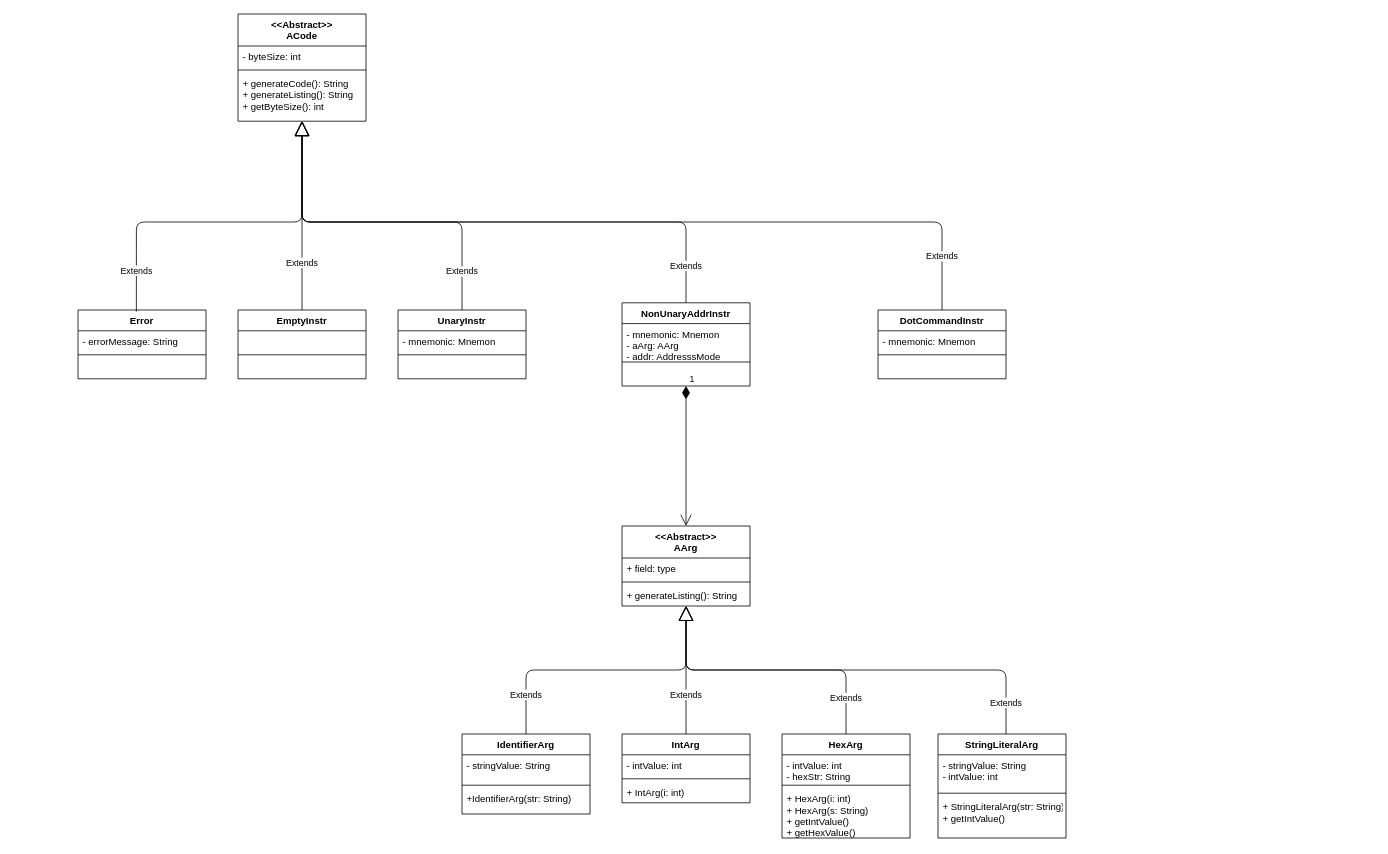
The draw.io diagram page "Instructions UML" (3 of 4) of docs/diagrams/Pep9Assembler.drawio in zackthomas1/Pep9Assembler, before the edit. Source tidied: cells renumbered, new cells numbered last; positions are measured from the earlier drawing's top-left corner, leaving out a move shared by most shapes. Both pictures are drawn from the tidied source at 80%, with x=0, y=0 at pixel (78, 14).
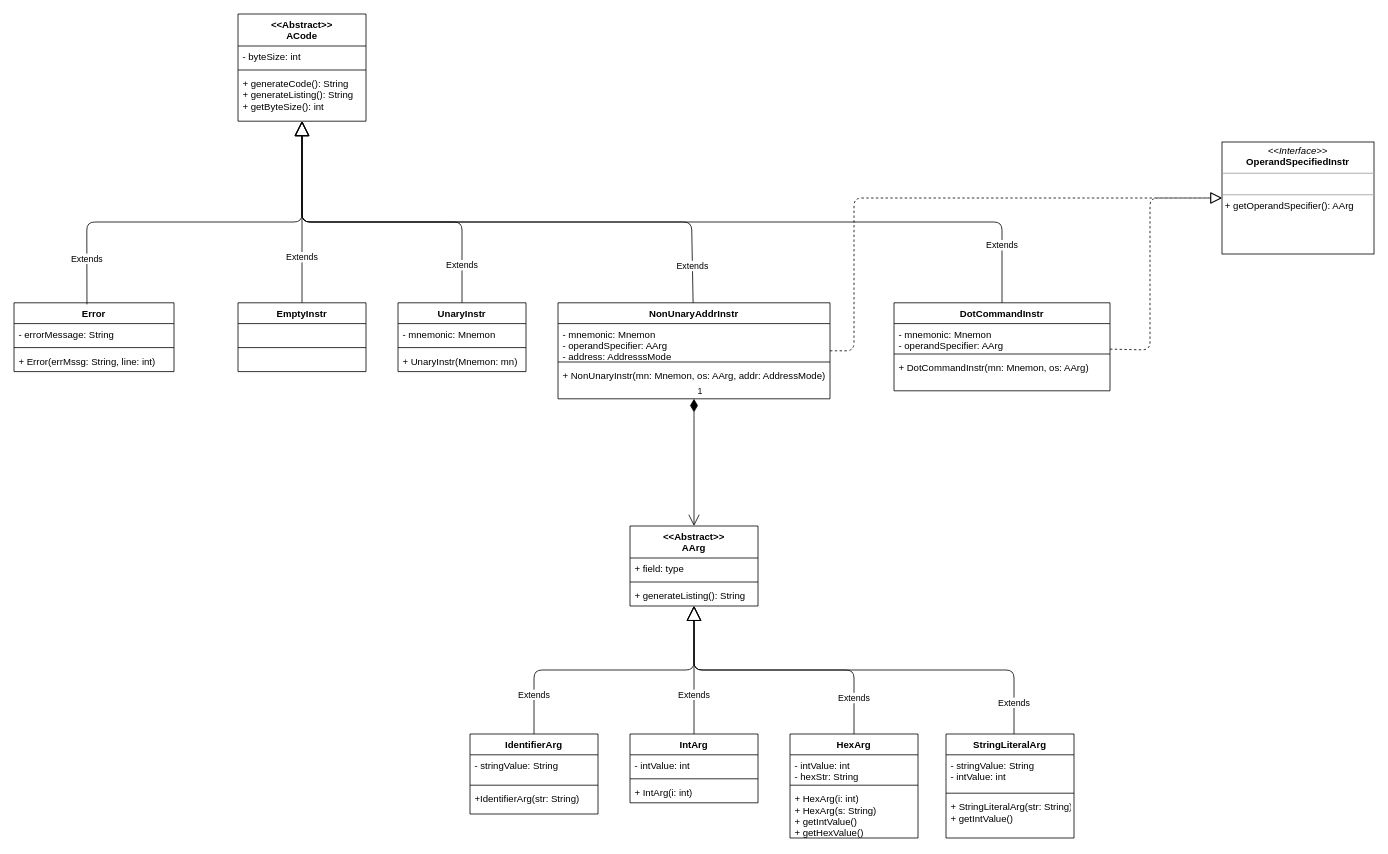
The same page after the edit.

Unchanged cells that the change refers to:
```xml
<mxCell id="5" value="+ generateCode(): String&#10;+ generateListing(): String&#10;+ getByteSize(): int" style="text;strokeColor=none;fillColor=none;align=left;verticalAlign=top;spacingLeft=4;spacingRight=4;overflow=hidden;points=[[0,0.5],[1,0.5]];portConstraint=eastwest;" parent="2" vertex="1">
  <mxGeometry y="74" width="160" height="60" as="geometry" />
</mxCell>
<mxCell id="34" value="+ generateListing(): String" style="text;strokeColor=none;fillColor=none;align=left;verticalAlign=top;spacingLeft=4;spacingRight=4;overflow=hidden;points=[[0,0.5],[1,0.5]];portConstraint=eastwest;" parent="31" vertex="1">
  <mxGeometry y="74" width="160" height="26" as="geometry" />
</mxCell>
```

Change to the diagram source:
```diff
@@
     <mxCell id="6" value="Error" style="swimlane;fontStyle=1;align=center;verticalAlign=top;horizontal=1;startSize=26;" parent="1" vertex="1">
-      <mxGeometry y="370" width="160" height="86" as="geometry" />
+      <mxGeometry x="-80" y="361" width="200" height="86" as="geometry" />
     </mxCell>
     <mxCell id="7" value="- errorMessage: String" style="text;strokeColor=none;fillColor=none;align=left;verticalAlign=top;spacingLeft=4;spacingRight=4;overflow=hidden;" parent="6" vertex="1">
-      <mxGeometry y="26" width="160" height="26" as="geometry" />
+      <mxGeometry y="26" width="200" height="26" as="geometry" />
     </mxCell>
     <mxCell id="8" style="line;strokeWidth=1;fillColor=none;align=left;verticalAlign=middle;spacingTop=-1;spacingLeft=3;spacingRight=3;labelPosition=right;" parent="6" vertex="1">
-      <mxGeometry y="52" width="160" height="8" as="geometry" />
+      <mxGeometry y="52" width="200" height="8" as="geometry" />
     </mxCell>
-    <mxCell id="9" value="  " style="text;strokeColor=none;fillColor=none;align=left;verticalAlign=top;spacingLeft=4;spacingRight=4;overflow=hidden;" parent="6" vertex="1">
-      <mxGeometry y="60" width="160" height="26" as="geometry" />
+    <mxCell id="9" value="+ Error(errMssg: String, line: int)  " style="text;strokeColor=none;fillColor=none;align=left;verticalAlign=top;spacingLeft=4;spacingRight=4;overflow=hidden;" parent="6" vertex="1">
+      <mxGeometry y="60" width="200" height="26" as="geometry" />
     </mxCell>
     <mxCell id="10" value="Extends" style="endArrow=block;endSize=16;endFill=0;html=1;exitX=0.456;exitY=0.023;exitDx=0;exitDy=0;exitPerimeter=0;" parent="1" edge="1" source="6" target="5">
       <mxGeometry x="-0.77" relative="1" as="geometry">
         <Array as="points">
-          <mxPoint x="73" y="260" />
+          <mxPoint x="11" y="260" />
           <mxPoint x="280" y="260" />
         </Array>
       </mxGeometry>
     </mxCell>
@@
     <mxCell id="12" value="EmptyInstr" style="swimlane;fontStyle=1;align=center;verticalAlign=top;horizontal=1;startSize=26;" parent="1" vertex="1">
-      <mxGeometry x="200" y="370" width="160" height="86" as="geometry" />
+      <mxGeometry x="200" y="361" width="160" height="86" as="geometry" />
     </mxCell>
@@
     <mxCell id="17" value="UnaryInstr" style="swimlane;fontStyle=1;align=center;verticalAlign=top;horizontal=1;startSize=26;" parent="1" vertex="1">
-      <mxGeometry x="400" y="370" width="160" height="86" as="geometry" />
+      <mxGeometry x="400" y="361" width="160" height="86" as="geometry" />
     </mxCell>
@@
-    <mxCell id="20" value="  " style="text;strokeColor=none;fillColor=none;align=left;verticalAlign=top;spacingLeft=4;spacingRight=4;overflow=hidden;" parent="17" vertex="1">
+    <mxCell id="20" value="+ UnaryInstr(Mnemon: mn)  " style="text;strokeColor=none;fillColor=none;align=left;verticalAlign=top;spacingLeft=4;spacingRight=4;overflow=hidden;" parent="17" vertex="1">
       <mxGeometry y="60" width="160" height="26" as="geometry" />
     </mxCell>
     <mxCell id="21" value="NonUnaryAddrInstr" style="swimlane;fontStyle=1;align=center;verticalAlign=top;horizontal=1;startSize=26;" parent="1" vertex="1">
-      <mxGeometry x="680" y="361" width="160" height="104" as="geometry" />
+      <mxGeometry x="600" y="361" width="340" height="120" as="geometry" />
     </mxCell>
-    <mxCell id="22" value="- mnemonic: Mnemon&#10;- aArg: AArg&#10;- addr: AddresssMode" style="text;strokeColor=none;fillColor=none;align=left;verticalAlign=top;spacingLeft=4;spacingRight=4;overflow=hidden;" parent="21" vertex="1">
-      <mxGeometry y="26" width="160" height="44" as="geometry" />
+    <mxCell id="22" value="- mnemonic: Mnemon&#10;- operandSpecifier: AArg&#10;- address: AddresssMode" style="text;strokeColor=none;fillColor=none;align=left;verticalAlign=top;spacingLeft=4;spacingRight=4;overflow=hidden;" parent="21" vertex="1">
+      <mxGeometry y="26" width="340" height="44" as="geometry" />
     </mxCell>
     <mxCell id="23" style="line;strokeWidth=1;fillColor=none;align=left;verticalAlign=middle;spacingTop=-1;spacingLeft=3;spacingRight=3;labelPosition=right;" parent="21" vertex="1">
-      <mxGeometry y="70" width="160" height="8" as="geometry" />
+      <mxGeometry y="70" width="340" height="8" as="geometry" />
     </mxCell>
-    <mxCell id="24" value="  " style="text;strokeColor=none;fillColor=none;align=left;verticalAlign=top;spacingLeft=4;spacingRight=4;overflow=hidden;" parent="21" vertex="1">
-      <mxGeometry y="78" width="160" height="26" as="geometry" />
+    <mxCell id="24" value="+ NonUnaryInstr(mn: Mnemon, os: AArg, addr: AddressMode)" style="text;strokeColor=none;fillColor=none;align=left;verticalAlign=top;spacingLeft=4;spacingRight=4;overflow=hidden;" parent="21" vertex="1">
+      <mxGeometry y="78" width="340" height="42" as="geometry" />
     </mxCell>
     <mxCell id="25" value="Extends" style="endArrow=block;endSize=16;endFill=0;html=1;" parent="1" edge="1" source="21" target="5">
       <mxGeometry x="-0.87" relative="1" as="geometry">
         <Array as="points">
-          <mxPoint x="760" y="260" />
+          <mxPoint x="767" y="260" />
           <mxPoint x="280" y="260" />
         </Array>
       </mxGeometry>
     </mxCell>
     <mxCell id="26" value="DotCommandInstr" style="swimlane;fontStyle=1;align=center;verticalAlign=top;horizontal=1;startSize=26;" parent="1" vertex="1">
-      <mxGeometry x="1000" y="370" width="160" height="86" as="geometry" />
+      <mxGeometry x="1020" y="361" width="270" height="110" as="geometry" />
     </mxCell>
-    <mxCell id="27" value="- mnemonic: Mnemon" style="text;strokeColor=none;fillColor=none;align=left;verticalAlign=top;spacingLeft=4;spacingRight=4;overflow=hidden;" parent="26" vertex="1">
-      <mxGeometry y="26" width="160" height="26" as="geometry" />
+    <mxCell id="27" value="- mnemonic: Mnemon&#10;- operandSpecifier: AArg" style="text;strokeColor=none;fillColor=none;align=left;verticalAlign=top;spacingLeft=4;spacingRight=4;overflow=hidden;" parent="26" vertex="1">
+      <mxGeometry y="26" width="270" height="34" as="geometry" />
     </mxCell>
     <mxCell id="28" style="line;strokeWidth=1;fillColor=none;align=left;verticalAlign=middle;spacingTop=-1;spacingLeft=3;spacingRight=3;labelPosition=right;" parent="26" vertex="1">
-      <mxGeometry y="52" width="160" height="8" as="geometry" />
+      <mxGeometry y="60" width="270" height="8" as="geometry" />
     </mxCell>
-    <mxCell id="29" value="  " style="text;strokeColor=none;fillColor=none;align=left;verticalAlign=top;spacingLeft=4;spacingRight=4;overflow=hidden;" parent="26" vertex="1">
-      <mxGeometry y="60" width="160" height="26" as="geometry" />
+    <mxCell id="29" value="+ DotCommandInstr(mn: Mnemon, os: AArg)  " style="text;strokeColor=none;fillColor=none;align=left;verticalAlign=top;spacingLeft=4;spacingRight=4;overflow=hidden;" parent="26" vertex="1">
+      <mxGeometry y="68" width="270" height="42" as="geometry" />
     </mxCell>
     <mxCell id="30" value="Extends" style="endArrow=block;endSize=16;endFill=0;html=1;" parent="1" edge="1" source="26" target="5">
       <mxGeometry x="-0.87" relative="1" as="geometry">
         <Array as="points">
-          <mxPoint x="1080" y="260" />
+          <mxPoint x="1155" y="260" />
           <mxPoint x="280" y="260" />
         </Array>
       </mxGeometry>
     </mxCell>
     <mxCell id="31" value="&lt;&lt;Abstract&gt;&gt;&#10;AArg" style="swimlane;fontStyle=1;align=center;verticalAlign=top;horizontal=1;startSize=40;" parent="1" vertex="1">
-      <mxGeometry x="680" y="640" width="160" height="100" as="geometry" />
+      <mxGeometry x="690" y="640" width="160" height="100" as="geometry" />
     </mxCell>
@@
     <mxCell id="35" value="IdentifierArg" style="swimlane;fontStyle=1;align=center;verticalAlign=top;horizontal=1;startSize=26;" parent="1" vertex="1">
-      <mxGeometry x="480" y="900" width="160" height="100" as="geometry" />
+      <mxGeometry x="490" y="900" width="160" height="100" as="geometry" />
     </mxCell>
@@
     <mxCell id="39" value="Extends" style="endArrow=block;endSize=16;endFill=0;html=1;" parent="1" edge="1" source="35" target="34">
       <mxGeometry x="-0.73" relative="1" as="geometry">
         <Array as="points">
-          <mxPoint x="560" y="820" />
-          <mxPoint x="760" y="820" />
+          <mxPoint x="570" y="820" />
+          <mxPoint x="770" y="820" />
         </Array>
       </mxGeometry>
     </mxCell>
     <mxCell id="40" value="IntArg" style="swimlane;fontStyle=1;align=center;verticalAlign=top;horizontal=1;startSize=26;" parent="1" vertex="1">
-      <mxGeometry x="680" y="900" width="160" height="86" as="geometry" />
+      <mxGeometry x="690" y="900" width="160" height="86" as="geometry" />
     </mxCell>
@@
     <mxCell id="44" value="Extends" style="endArrow=block;endSize=16;endFill=0;html=1;" parent="1" edge="1" source="40" target="34">
       <mxGeometry x="-0.39" relative="1" as="geometry">
         <Array as="points">
-          <mxPoint x="760" y="820" />
+          <mxPoint x="770" y="820" />
         </Array>
       </mxGeometry>
     </mxCell>
     <mxCell id="45" value="HexArg" style="swimlane;fontStyle=1;align=center;verticalAlign=top;horizontal=1;startSize=26;" parent="1" vertex="1">
-      <mxGeometry x="880" y="900" width="160" height="130" as="geometry" />
+      <mxGeometry x="890" y="900" width="160" height="130" as="geometry" />
     </mxCell>
@@
     <mxCell id="49" value="Extends" style="endArrow=block;endSize=16;endFill=0;html=1;" parent="1" edge="1" source="45" target="34">
       <mxGeometry x="-0.75" relative="1" as="geometry">
         <Array as="points">
-          <mxPoint x="960" y="820" />
-          <mxPoint x="760" y="820" />
+          <mxPoint x="970" y="820" />
+          <mxPoint x="770" y="820" />
         </Array>
       </mxGeometry>
     </mxCell>
     <mxCell id="50" value="1" style="endArrow=open;html=1;endSize=12;startArrow=diamondThin;startSize=14;startFill=1;edgeStyle=orthogonalEdgeStyle;align=left;verticalAlign=bottom;entryX=0.5;entryY=0;entryDx=0;entryDy=0;" parent="1" edge="1" source="21" target="31">
-      <mxGeometry x="-1" y="3" relative="1" as="geometry" />
+      <mxGeometry x="-1" y="3" relative="1" as="geometry">
+        <Array as="points">
+          <mxPoint x="770" y="500" />
+          <mxPoint x="770" y="500" />
+        </Array>
+      </mxGeometry>
     </mxCell>
     <mxCell id="51" value="StringLiteralArg" style="swimlane;fontStyle=1;align=center;verticalAlign=top;horizontal=1;startSize=26;" parent="1" vertex="1">
-      <mxGeometry x="1075" y="900" width="160" height="130" as="geometry" />
+      <mxGeometry x="1085" y="900" width="160" height="130" as="geometry" />
     </mxCell>
@@
     <mxCell id="55" value="Extends" style="endArrow=block;endSize=16;endFill=0;html=1;" parent="1" edge="1" target="34">
       <mxGeometry x="-0.86" relative="1" as="geometry">
-        <mxPoint x="1160" y="900" as="sourcePoint" />
+        <mxPoint x="1170" y="900" as="sourcePoint" />
         <Array as="points">
-          <mxPoint x="1160" y="820" />
-          <mxPoint x="760" y="820" />
+          <mxPoint x="1170" y="820" />
+          <mxPoint x="770" y="820" />
         </Array>
       </mxGeometry>
     </mxCell>
+    <mxCell id="56" value="&lt;p style=&quot;margin: 0px ; margin-top: 4px ; text-align: center&quot;&gt;&lt;i&gt;&amp;lt;&amp;lt;Interface&amp;gt;&amp;gt;&lt;/i&gt;&lt;br&gt;&lt;b&gt;OperandSpecifiedInstr&lt;/b&gt;&lt;/p&gt;&lt;hr size=&quot;1&quot;&gt;&lt;p style=&quot;margin: 0px ; margin-left: 4px&quot;&gt;&amp;nbsp;&lt;/p&gt;&lt;hr size=&quot;1&quot;&gt;&lt;p style=&quot;margin: 0px ; margin-left: 4px&quot;&gt;+ getOperandSpecifier(): AArg&lt;/p&gt;&lt;div style=&quot;color: rgb(212 , 212 , 212) ; background-color: rgb(30 , 30 , 30) ; font-family: &amp;#34;consolas&amp;#34; , &amp;#34;courier new&amp;#34; , monospace ; font-size: 14px ; line-height: 19px&quot;&gt;&lt;div&gt;&lt;/div&gt;&lt;/div&gt;" style="verticalAlign=top;align=left;overflow=fill;fontSize=12;fontFamily=Helvetica;html=1;" parent="1" vertex="1">
+      <mxGeometry x="1430" y="160" width="190" height="140" as="geometry" />
+    </mxCell>
+    <mxCell id="57" style="endArrow=block;dashed=1;endFill=0;endSize=12;html=1;" parent="1" edge="1" source="21" target="56">
+      <mxGeometry relative="1" as="geometry">
+        <Array as="points">
+          <mxPoint x="970" y="421" />
+          <mxPoint x="970" y="230" />
+          <mxPoint x="1270" y="230" />
+        </Array>
+      </mxGeometry>
+    </mxCell>
+    <mxCell id="58" style="endArrow=block;dashed=1;endFill=0;endSize=12;html=1;" parent="1" edge="1" source="26" target="56">
+      <mxGeometry relative="1" as="geometry">
+        <Array as="points">
+          <mxPoint x="1340" y="420" />
+          <mxPoint x="1340" y="230" />
+        </Array>
+      </mxGeometry>
+    </mxCell>
```
